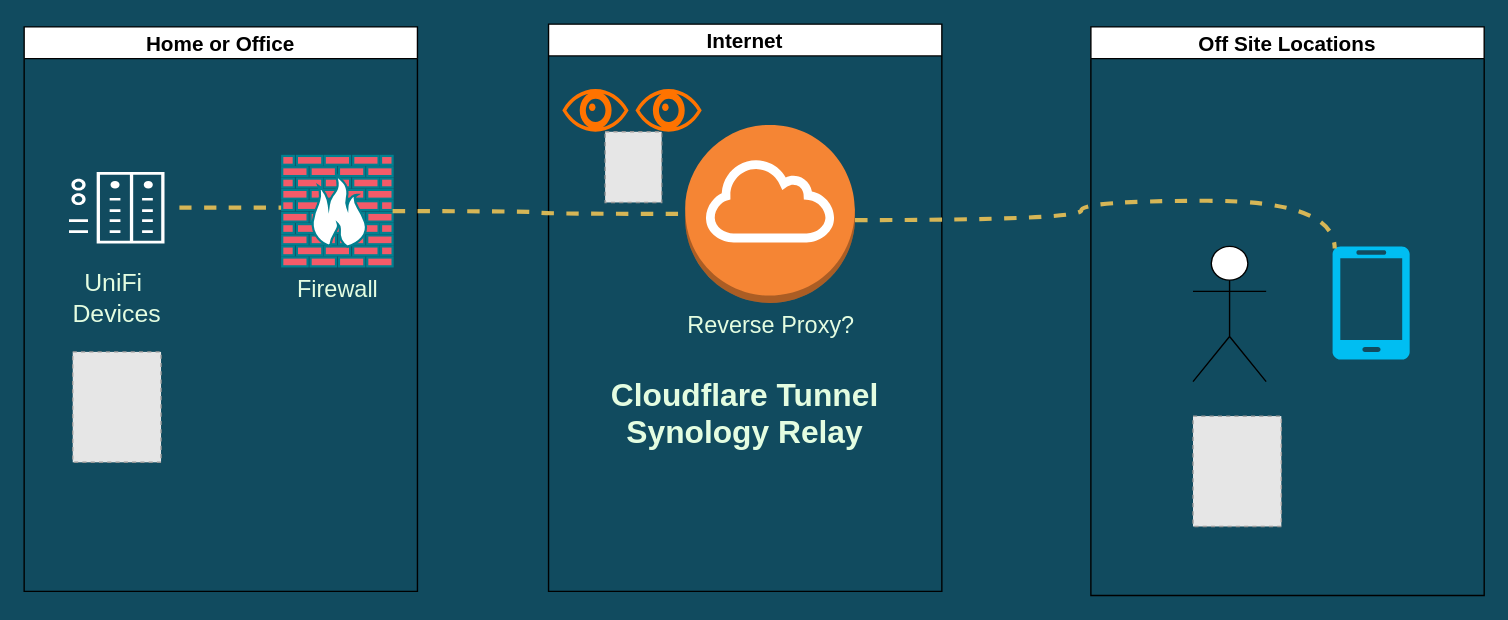
Before: page "Proxy" (3 of 3) of Cloud_Security_Dec_2023.drawio in lawrencesystems/Draw_IO_Diagrams, a draw.io diagram. Source tidied: cells renumbered, new cells numbered last; positions are measured from the earlier drawing's top-left corner, leaving out a move shared by most shapes. Both pictures are drawn from the tidied source at 138%, with x=0, y=0 at pixel (23, 23). Pictures stored in the file or linked from it are replaced by grey dashed boxes.
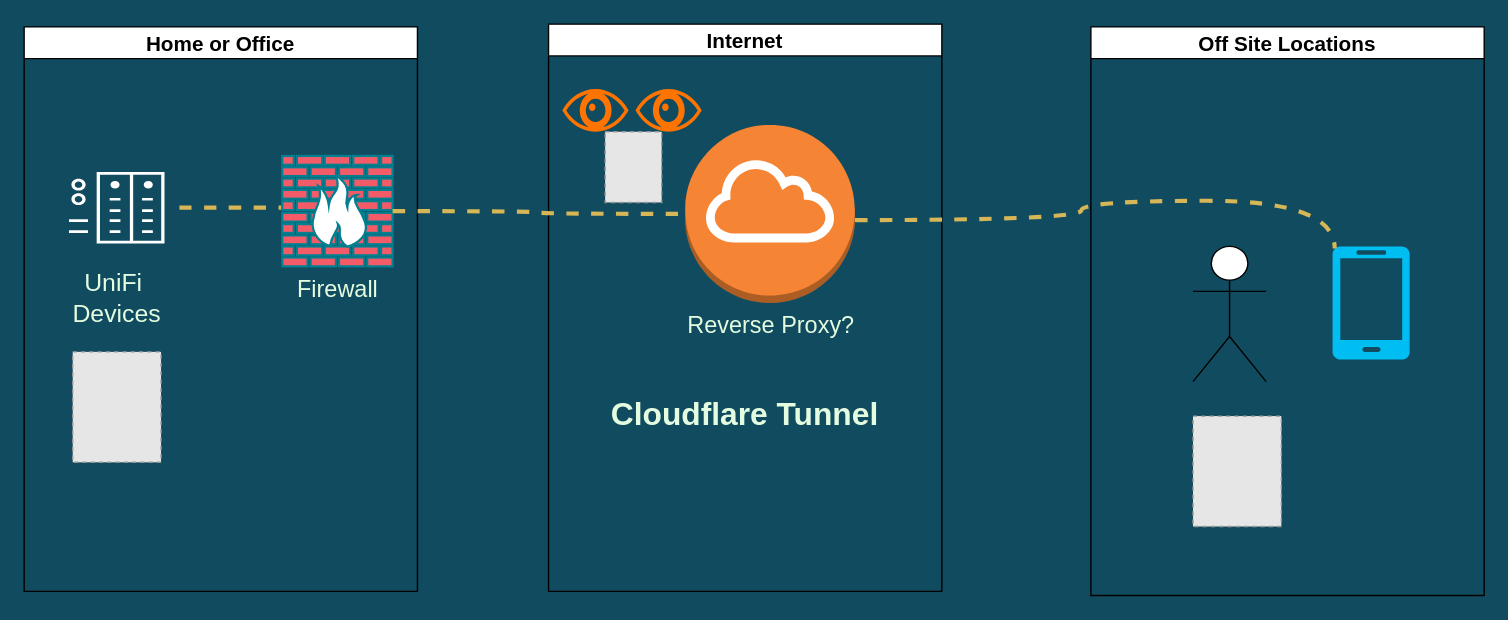
After the change.

Unchanged cells that the change refers to:
```xml
<mxCell id="13" value="&lt;font style=&quot;font-size: 15px;&quot;&gt;Internet&lt;/font&gt;" style="swimlane;whiteSpace=wrap;html=1;fontFamily=Helvetica;fontSize=11;fontColor=default;labelBackgroundColor=none;" parent="1" vertex="1">
  <mxGeometry x="380" width="285" height="411" as="geometry" />
</mxCell>
```

The edit, as a diff of the source:
```diff
@@
-    <mxCell id="18" value="&lt;br style=&quot;font-size: 23px;&quot;&gt;Cloudflare Tunnel&lt;br style=&quot;font-size: 23px;&quot;&gt;&lt;span style=&quot;font-size: 23px;&quot;&gt;Synology Relay&lt;/span&gt;" style="text;html=1;strokeColor=none;fillColor=none;align=center;verticalAlign=middle;whiteSpace=wrap;rounded=0;fontSize=23;fontFamily=Helvetica;fontColor=#E4FDE1;fontStyle=1;" parent="13" vertex="1">
+    <mxCell id="18" value="&lt;br style=&quot;font-size: 23px;&quot;&gt;Cloudflare Tunnel" style="text;html=1;strokeColor=none;fillColor=none;align=center;verticalAlign=middle;whiteSpace=wrap;rounded=0;fontSize=23;fontFamily=Helvetica;fontColor=#E4FDE1;fontStyle=1;" parent="13" vertex="1">
       <mxGeometry x="22" y="208" width="241" height="122" as="geometry" />
     </mxCell>
```
